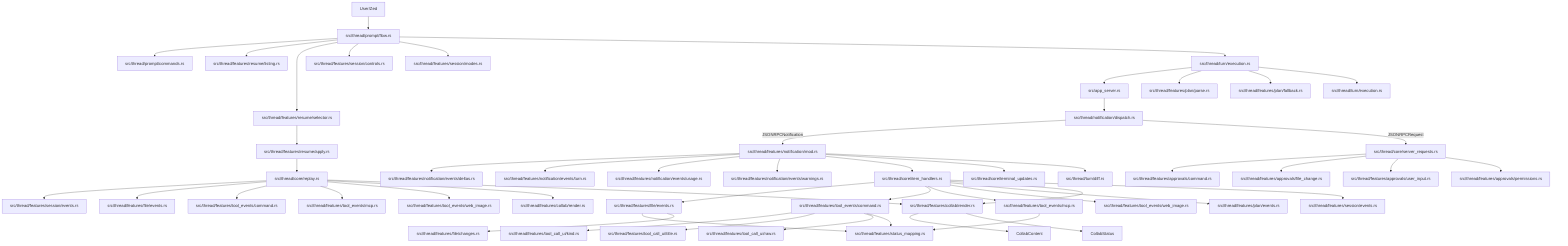
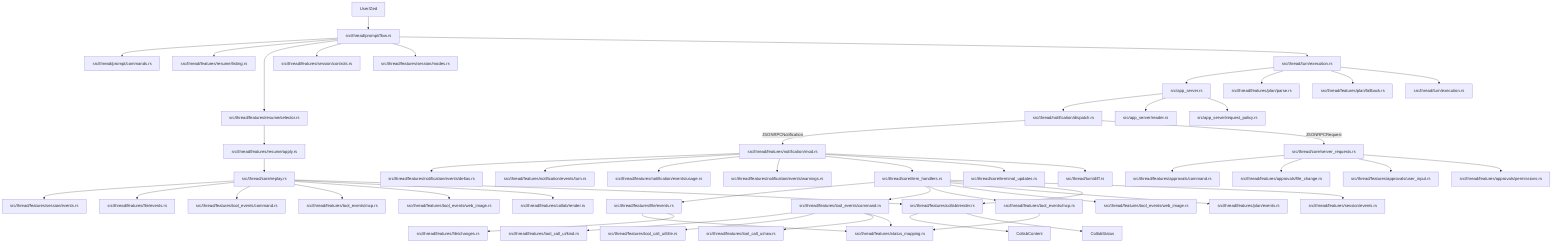
%% Generated by script/export_thread_feature_map.py
flowchart TD
    AppServer[src/app_server.rs]
+     AppServerPolicy[src/app_server/request_policy.rs]
+     AppServerReader[src/app_server/reader.rs]
    ApprovalsCommand[src/thread/features/approvals/command.rs]
    ApprovalsFile[src/thread/features/approvals/file_change.rs]
    ApprovalsPermissions[src/thread/features/approvals/permissions.rs]
    ApprovalsUserInput[src/thread/features/approvals/user_input.rs]
    CollabContent[CollabContent]
    CollabRender[src/thread/features/collab/render.rs]
    CollabReplay[src/thread/features/collab/render.rs]
    CollabStatus[CollabStatus]
    CommandReplay[src/thread/features/tool_events/command.rs]
    FileChanges[src/thread/features/file/changes.rs]
    FileEvents[src/thread/features/file/events.rs]
    FileReplay[src/thread/features/file/events.rs]
    ItemHandlers[src/thread/core/item_handlers.rs]
    McpReplay[src/thread/features/tool_events/mcp.rs]
    NotificationDeltas[src/thread/features/notification/events/deltas.rs]
    NotificationDispatch[src/thread/notification/dispatch.rs]
    NotificationFeature[src/thread/features/notification/mod.rs]
    NotificationTurn[src/thread/features/notification/events/turn.rs]
    NotificationUsage[src/thread/features/notification/events/usage.rs]
    NotificationWarnings[src/thread/features/notification/events/warnings.rs]
    PlanEvents[src/thread/features/plan/events.rs]
    PlanFallback[src/thread/features/plan/fallback.rs]
    PlanParse[src/thread/features/plan/parse.rs]
    PromptCommands[src/thread/prompt/commands.rs]
    PromptFlow[src/thread/prompt/flow.rs]
    ReconnectGuard[src/thread/turn/execution.rs]
    Replay[src/thread/core/replay.rs]
    ResumeApply[src/thread/features/resume/apply.rs]
    ResumeListing[src/thread/features/resume/listing.rs]
    ResumeSelector[src/thread/features/resume/selector.rs]
    ServerRequests[src/thread/core/server_requests.rs]
    SessionControls[src/thread/features/session/controls.rs]
    SessionEvents[src/thread/features/session/events.rs]
    SessionModes[src/thread/features/session/modes.rs]
    SessionReplay[src/thread/features/session/events.rs]
    StatusMapping[src/thread/features/status_mapping.rs]
    TerminalUpdates[src/thread/core/terminal_updates.rs]
    ToolEventsCommand[src/thread/features/tool_events/command.rs]
    ToolEventsMcp[src/thread/features/tool_events/mcp.rs]
    ToolEventsWebImage[src/thread/features/tool_events/web_image.rs]
    ToolUiKind[src/thread/features/tool_call_ui/kind.rs]
    ToolUiRaw[src/thread/features/tool_call_ui/raw.rs]
    ToolUiTitle[src/thread/features/tool_call_ui/title.rs]
    TurnDiff[src/thread/turn/diff.rs]
    TurnExecution[src/thread/turn/execution.rs]
    UserClient[User/Zed]
    WebImageReplay[src/thread/features/tool_events/web_image.rs]

    UserClient --> PromptFlow
    PromptFlow --> PromptCommands
    PromptFlow --> ResumeListing
    PromptFlow --> ResumeSelector
    PromptFlow --> SessionControls
    PromptFlow --> SessionModes
    PromptFlow --> TurnExecution
    TurnExecution --> AppServer
    AppServer --> NotificationDispatch
    NotificationDispatch -->|JSONRPCNotification| NotificationFeature
    NotificationDispatch -->|JSONRPCRequest| ServerRequests
    ServerRequests --> ApprovalsCommand
    ServerRequests --> ApprovalsFile
    ServerRequests --> ApprovalsUserInput
    ServerRequests --> ApprovalsPermissions
    NotificationFeature --> NotificationDeltas
    NotificationFeature --> NotificationTurn
    NotificationFeature --> NotificationUsage
    NotificationFeature --> NotificationWarnings
    NotificationFeature --> ItemHandlers
    NotificationFeature --> TerminalUpdates
    NotificationFeature --> TurnDiff
    ItemHandlers --> FileEvents
    ItemHandlers --> ToolEventsCommand
    ItemHandlers --> ToolEventsMcp
    ItemHandlers --> ToolEventsWebImage
    ItemHandlers --> PlanEvents
    ItemHandlers --> CollabRender
    ItemHandlers --> SessionEvents
    ToolEventsCommand --> ToolUiKind
    ToolEventsCommand --> ToolUiTitle
    ToolEventsCommand --> ToolUiRaw
    ToolEventsCommand --> StatusMapping
    ToolEventsMcp --> StatusMapping
    FileEvents --> StatusMapping
    FileEvents --> FileChanges
    TurnExecution --> PlanParse
    TurnExecution --> PlanFallback
    TurnExecution --> ReconnectGuard
+     AppServer --> AppServerReader
+     AppServer --> AppServerPolicy
    ResumeSelector --> ResumeApply
    ResumeApply --> Replay
    Replay --> SessionReplay
    Replay --> FileReplay
    Replay --> CommandReplay
    Replay --> McpReplay
    Replay --> WebImageReplay
    Replay --> CollabReplay
    Replay --> CollabRender
    CollabRender --> CollabContent
    CollabRender --> CollabStatus
